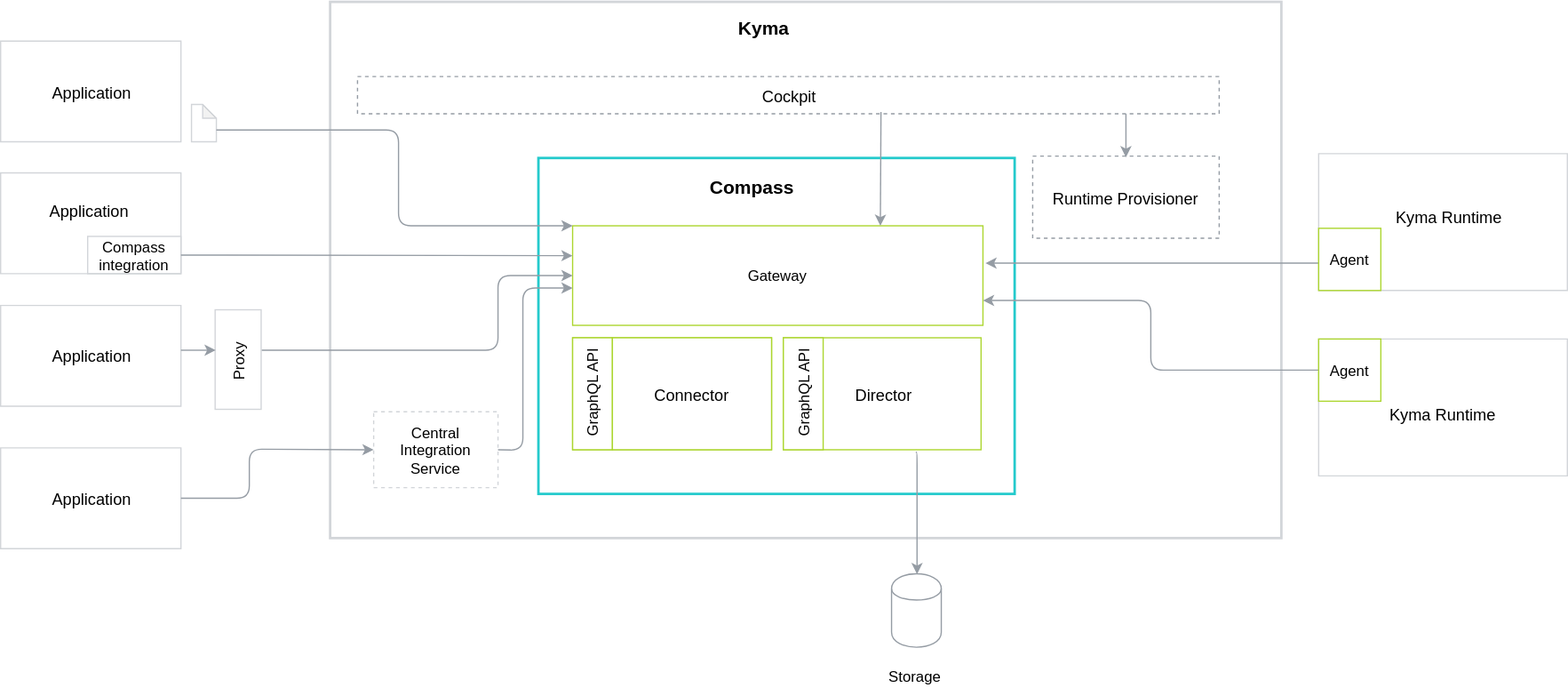
This is docs/compass/assets/components.svg from kyma-project/kyma, a draw.io export, as it was before one commit. Source tidied: cells renumbered, new cells last; positions are measured from the earlier drawing's top-left corner, leaving out a move shared by most shapes.
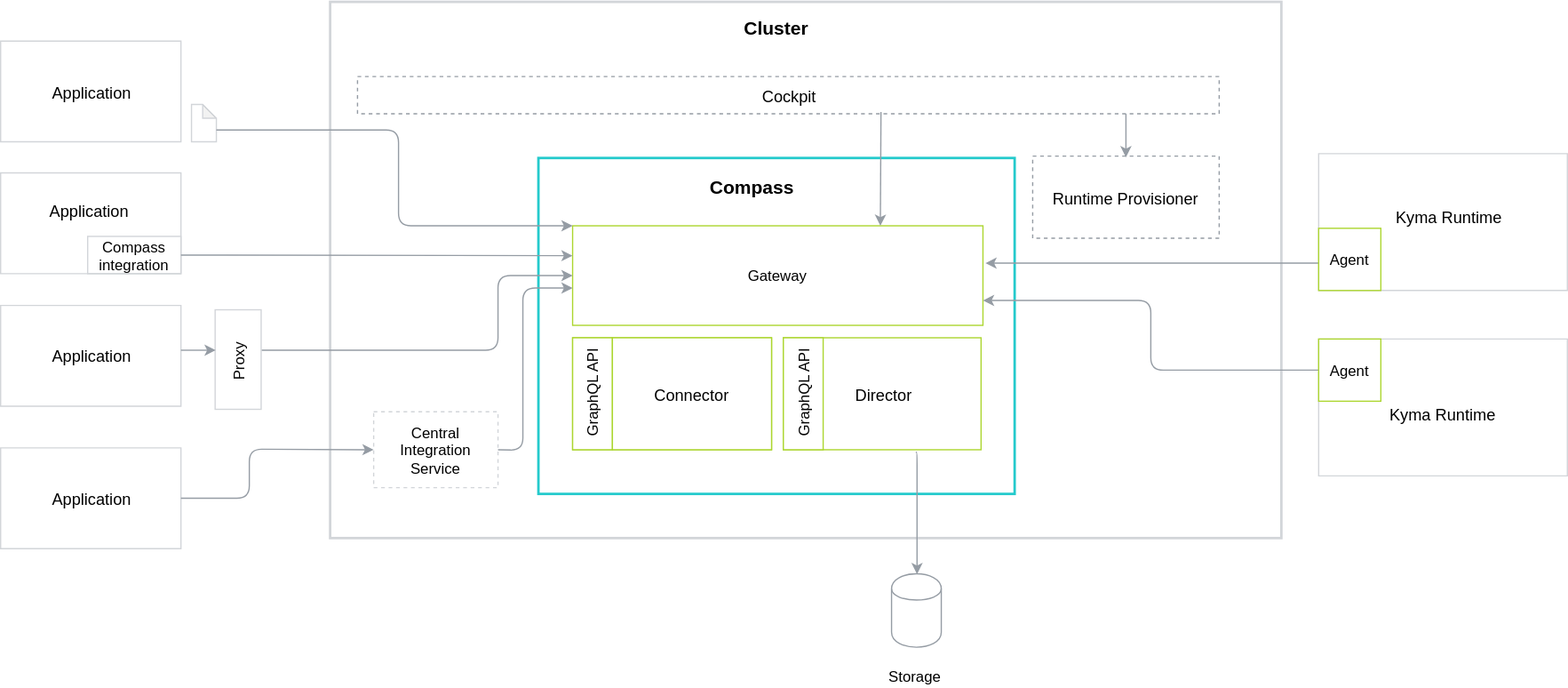
The same diagram one commit later.

The edit, as a diff of the source:
```diff
@@ -32,8 +32,8 @@
     <mxCell id="11" value="&lt;font style=&quot;font-size: 13px&quot;&gt;Cockpit&lt;br&gt;&lt;/font&gt;" style="rounded=0;whiteSpace=wrap;html=1;labelBackgroundColor=none;strokeColor=#959CA4;strokeWidth=1;fillColor=#FFFFFF;gradientColor=none;fontFamily=Helvetica;fontSize=15;fontColor=#000000;dashed=1;" parent="1" vertex="1">
       <mxGeometry x="287" y="60" width="693" height="30" as="geometry" />
     </mxCell>
-    <mxCell id="12" value="&lt;b&gt;Kyma&lt;br&gt;&lt;/b&gt;" style="text;html=1;strokeColor=none;fillColor=none;align=center;verticalAlign=middle;whiteSpace=wrap;rounded=0;labelBackgroundColor=none;fontFamily=Helvetica;fontSize=15;fontColor=#000000;" parent="1" vertex="1">
-      <mxGeometry x="543.5" y="2.5" width="138" height="37" as="geometry" />
+    <mxCell id="12" value="&lt;b&gt;Cluster&lt;br&gt;&lt;/b&gt;" style="text;html=1;strokeColor=none;fillColor=none;align=center;verticalAlign=middle;whiteSpace=wrap;rounded=0;labelBackgroundColor=none;fontFamily=Helvetica;fontSize=15;fontColor=#000000;" parent="1" vertex="1">
+      <mxGeometry x="555" y="2.5" width="138" height="37" as="geometry" />
     </mxCell>
     <mxCell id="13" style="edgeStyle=orthogonalEdgeStyle;jettySize=auto;html=1;entryX=0.5;entryY=0;entryDx=0;entryDy=0;startFill=0;strokeColor=#959CA4;strokeWidth=1;fontSize=15;exitX=0.67;exitY=1.017;exitDx=0;exitDy=0;exitPerimeter=0;" parent="1" edge="1" source="18" target="9">
       <mxGeometry relative="1" as="geometry">
```
